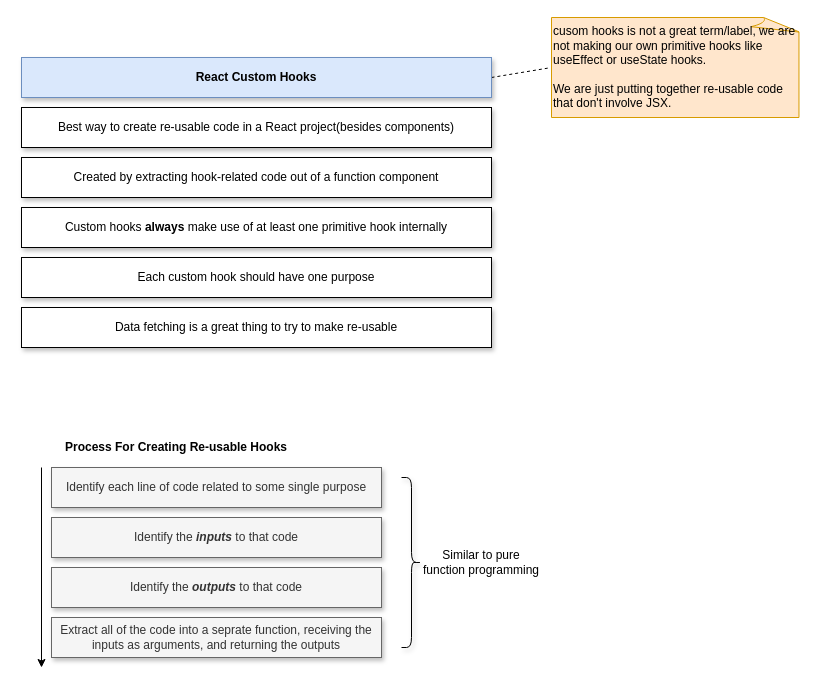
Above: page "Custom Hooks" (4 of 8) of Porfolio App Diagram.drawio in khanhqthai/porfolio-app (draw.io), before the change. Source tidied: cells renumbered, new cells numbered last; positions are measured from the earlier drawing's top-left corner, leaving out a move shared by most shapes. Both pictures are drawn from the tidied source at 100%, with x=0, y=0 at pixel (21, 17).
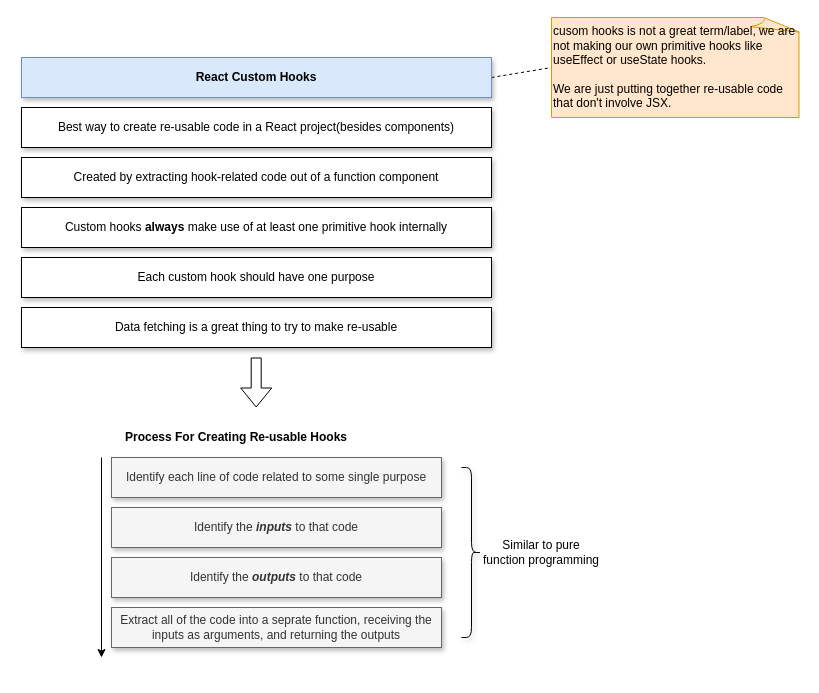
The same diagram, later.

Diff of the diagram source:
```diff
@@
     <mxCell id="10" value="Identify the &lt;b&gt;&lt;i&gt;inputs &lt;/i&gt;&lt;/b&gt;to that code" style="rounded=0;whiteSpace=wrap;html=1;strokeColor=#666666;fillColor=#f5f5f5;shadow=1;fontColor=#333333;" parent="1" vertex="1">
-      <mxGeometry x="30" y="500" width="330" height="40" as="geometry" />
+      <mxGeometry x="90" y="490" width="330" height="40" as="geometry" />
     </mxCell>
     <mxCell id="11" value="Identify the &lt;b&gt;&lt;i&gt;outputs&lt;/i&gt; &lt;/b&gt;to that code" style="rounded=0;whiteSpace=wrap;html=1;strokeColor=#666666;fillColor=#f5f5f5;shadow=1;fontColor=#333333;" parent="1" vertex="1">
-      <mxGeometry x="30" y="550" width="330" height="40" as="geometry" />
+      <mxGeometry x="90" y="540" width="330" height="40" as="geometry" />
     </mxCell>
     <mxCell id="12" style="endArrow=classic;html=1;" parent="1" edge="1">
       <mxGeometry relative="1" as="geometry">
-        <mxPoint x="20" y="450" as="sourcePoint" />
-        <mxPoint x="20" y="650" as="targetPoint" />
+        <mxPoint x="80" y="440" as="sourcePoint" />
+        <mxPoint x="80" y="640" as="targetPoint" />
       </mxGeometry>
     </mxCell>
     <mxCell id="13" value="&lt;b&gt;Process For Creating Re-usable Hooks&lt;/b&gt;" style="text;html=1;strokeColor=none;fillColor=none;align=center;verticalAlign=middle;whiteSpace=wrap;rounded=0;" parent="1" vertex="1">
-      <mxGeometry x="30" y="420" width="250" height="20" as="geometry" />
+      <mxGeometry x="90" y="410" width="250" height="20" as="geometry" />
     </mxCell>
     <mxCell id="14" value="Extract all of the code into a seprate function, receiving the inputs as arguments, and returning the outputs" style="rounded=0;whiteSpace=wrap;html=1;shadow=1;fillColor=#f5f5f5;strokeColor=#666666;fontColor=#333333;" parent="1" vertex="1">
-      <mxGeometry x="30" y="600" width="330" height="40" as="geometry" />
+      <mxGeometry x="90" y="590" width="330" height="40" as="geometry" />
     </mxCell>
     <mxCell id="15" value="Identify each line of code related to some single purpose" style="rounded=0;whiteSpace=wrap;html=1;strokeColor=#666666;fillColor=#f5f5f5;shadow=1;fontColor=#333333;" parent="1" vertex="1">
-      <mxGeometry x="30" y="450" width="330" height="40" as="geometry" />
+      <mxGeometry x="90" y="440" width="330" height="40" as="geometry" />
     </mxCell>
     <mxCell id="16" style="shape=curlyBracket;whiteSpace=wrap;html=1;rounded=1;shadow=1;align=center;size=0.5;flipH=1;" parent="1" vertex="1">
-      <mxGeometry x="380" y="460" width="20" height="170" as="geometry" />
+      <mxGeometry x="440" y="450" width="20" height="170" as="geometry" />
     </mxCell>
     <mxCell id="17" value="Similar to pure function programming" style="text;html=1;strokeColor=none;fillColor=none;align=center;verticalAlign=middle;whiteSpace=wrap;rounded=0;shadow=1;" parent="1" vertex="1">
-      <mxGeometry x="400" y="495" width="120" height="100" as="geometry" />
+      <mxGeometry x="460" y="485" width="120" height="100" as="geometry" />
     </mxCell>
+    <mxCell id="18" style="shape=flexArrow;endArrow=classic;html=1;" parent="1" edge="1">
+      <mxGeometry relative="1" as="geometry">
+        <mxPoint x="234.7" y="340" as="sourcePoint" />
+        <mxPoint x="234.7" y="390" as="targetPoint" />
+      </mxGeometry>
+    </mxCell>
```
